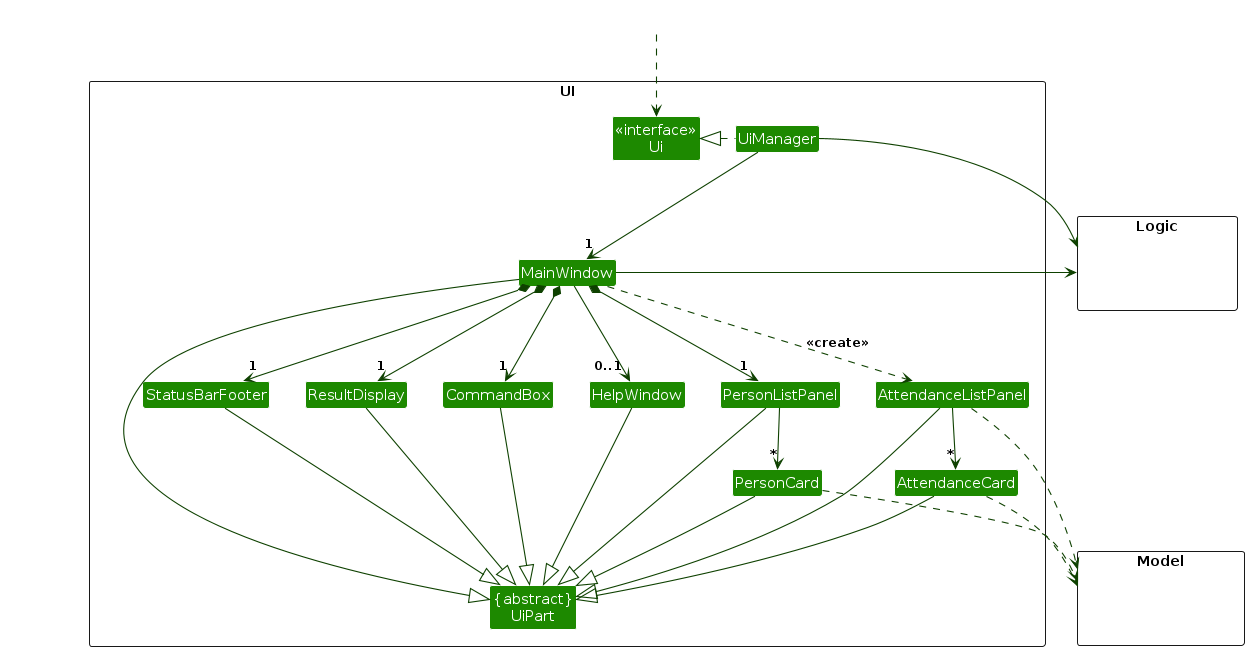
The PlantUML diagram diagrams/UiClassDiagram.png in AY2627S1-CS2103T-F12-1/tp, before a commit. Its source is kept beside it as diagrams/UiClassDiagram.puml.
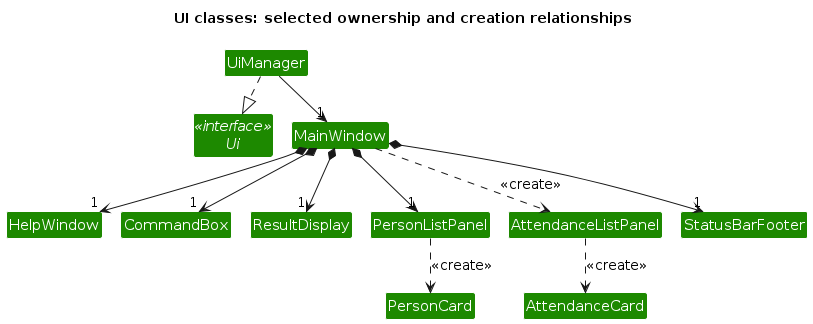
The same diagram one commit later.

Diff of the diagram source:
```diff
@@ -1,68 +1,28 @@
 @startuml
 !include style.puml
-skinparam arrowThickness 1.1
-skinparam arrowColor UI_COLOR_T4
+skinparam ArrowFontStyle plain
+
+title UI classes: selected ownership and creation relationships
 skinparam classBackgroundColor UI_COLOR
-
-package UI <<Rectangle>>{
-Class "<<interface>>\nUi" as Ui
-Class "{abstract}\nUiPart" as UiPart
-Class UiManager
-Class MainWindow
-Class HelpWindow
-Class ResultDisplay
-Class PersonListPanel
-Class PersonCard
-Class AttendanceListPanel
-Class AttendanceCard
-Class StatusBarFooter
-Class CommandBox
-}
-
-package Model <<Rectangle>> {
-Class HiddenModel #FFFFFF
-}
-
-package Logic <<Rectangle>> {
-Class HiddenLogic #FFFFFF
-}
-
-Class HiddenOutside #FFFFFF
-HiddenOutside ..> Ui
-
-UiManager .left.|> Ui
-UiManager -down-> "1" MainWindow
-MainWindow *-down->  "1" CommandBox
-MainWindow *-down-> "1" ResultDisplay
-MainWindow *-down-> "1" PersonListPanel
-MainWindow *-down-> "1" StatusBarFooter
-MainWindow --> "0..1" HelpWindow
-
-PersonListPanel -down-> "*" PersonCard
+interface Ui <<interface>>
+class UiManager
+class MainWindow
+class HelpWindow
+class CommandBox
+class ResultDisplay
+class PersonListPanel
+class PersonCard
+class AttendanceListPanel
+class AttendanceCard
+class StatusBarFooter
+UiManager ..|> Ui
+UiManager --> "1" MainWindow
+MainWindow *--> "1" HelpWindow
+MainWindow *--> "1" CommandBox
+MainWindow *--> "1" ResultDisplay
+MainWindow *--> "1" PersonListPanel
+MainWindow *--> "1" StatusBarFooter
 MainWindow ..> AttendanceListPanel : <<create>>
-AttendanceListPanel -down-> "*" AttendanceCard
-
-MainWindow -left-|> UiPart
-
-ResultDisplay --|> UiPart
-CommandBox --|> UiPart
-PersonListPanel --|> UiPart
-PersonCard --|> UiPart
-AttendanceListPanel --|> UiPart
-AttendanceCard --|> UiPart
-StatusBarFooter --|> UiPart
-HelpWindow --|> UiPart
-
-PersonCard ..> Model
-AttendanceListPanel ..> Model
-AttendanceCard ..> Model
-UiManager -right-> Logic
-MainWindow -left-> Logic
-
-PersonListPanel -[hidden]left- HelpWindow
-HelpWindow -[hidden]left- CommandBox
-CommandBox -[hidden]left- ResultDisplay
-ResultDisplay -[hidden]left- StatusBarFooter
-
-MainWindow -[hidden]-|> UiPart
+PersonListPanel ..> PersonCard : <<create>>
+AttendanceListPanel ..> AttendanceCard : <<create>>
 @enduml
```
